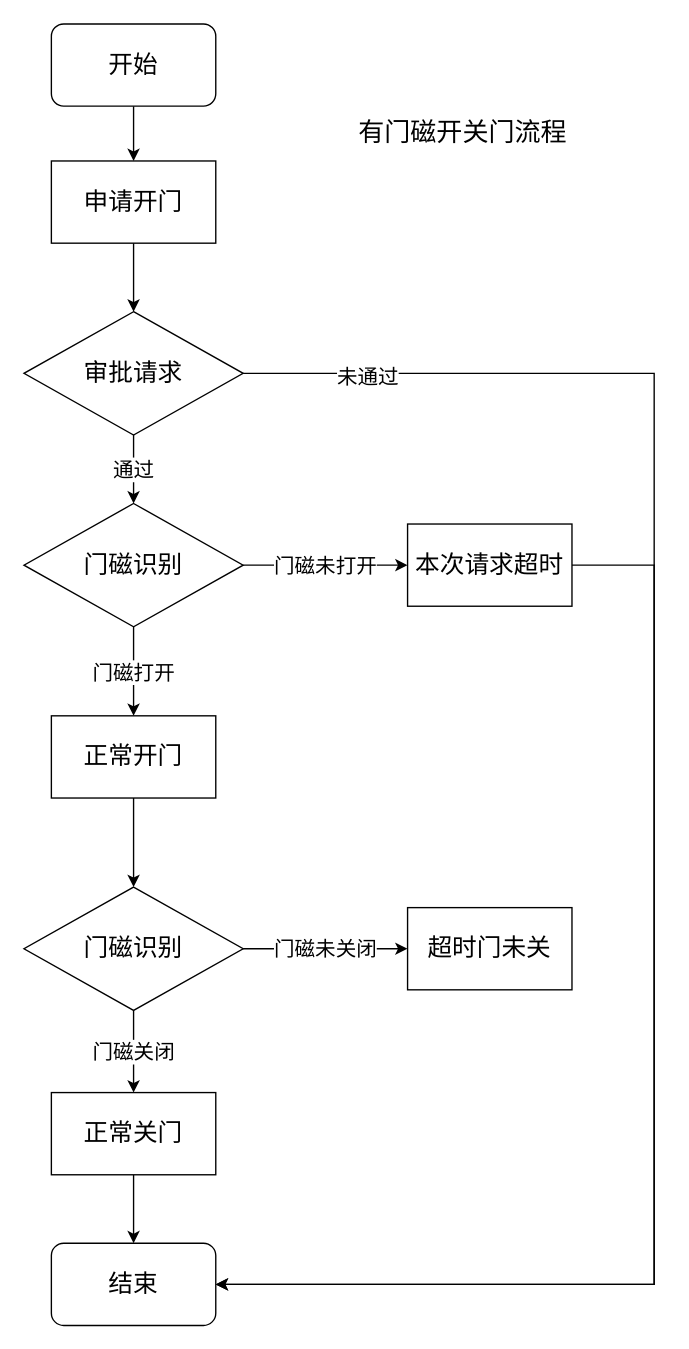
Earlier version of the draw.io diagram 开关门流程老.drawio (captain188/draw.io). Source tidied: cells renumbered, new cells numbered last; positions are measured from the earlier drawing's top-left corner, leaving out a move shared by most shapes. Both pictures are drawn from the tidied source at 137%, with x=0, y=0 at pixel (23, 23).
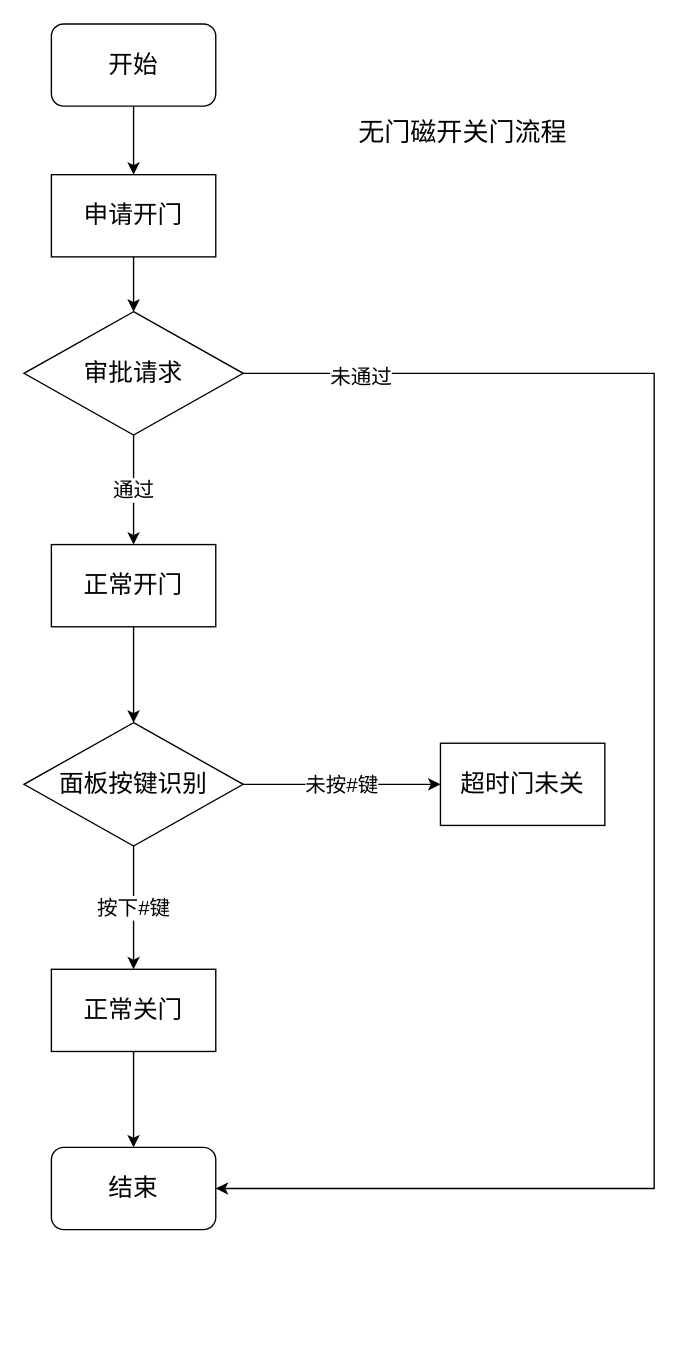
After the change.

Commit message (it also covers changes not shown here):
更新开关门流程老.drawio

Unchanged cells that the change refers to:
```xml
<mxCell id="9" value="审批请求" style="rhombus;whiteSpace=wrap;html=1;fontSize=18;" parent="1" vertex="1">
  <mxGeometry y="210" width="160" height="90" as="geometry" />
</mxCell>
```

The edit, as a diff of the source:
```diff
@@
     <mxCell id="3" value="申请开门" style="rounded=0;whiteSpace=wrap;html=1;fontSize=18;" parent="1" vertex="1">
-      <mxGeometry x="20" y="100" width="120" height="60" as="geometry" />
+      <mxGeometry x="20" y="110" width="120" height="60" as="geometry" />
     </mxCell>
@@
-    <mxCell id="6" value="&lt;font style=&quot;font-size: 15px;&quot;&gt;通过&lt;/font&gt;" style="edgeStyle=orthogonalEdgeStyle;rounded=0;jettySize=auto;html=1;" parent="1" edge="1" source="9" target="15">
+    <mxCell id="6" value="&lt;font style=&quot;font-size: 15px;&quot;&gt;通过&lt;/font&gt;" style="edgeStyle=orthogonalEdgeStyle;rounded=0;jettySize=auto;html=1;entryX=0.5;entryY=0;entryDx=0;entryDy=0;" parent="1" edge="1" source="9" target="11">
       <mxGeometry relative="1" as="geometry" />
     </mxCell>
     <mxCell id="7" style="edgeStyle=orthogonalEdgeStyle;rounded=0;jettySize=auto;html=1;entryX=1;entryY=0.5;entryDx=0;entryDy=0;" parent="1" edge="1" source="9" target="21">
       <mxGeometry relative="1" as="geometry">
         <Array as="points">
           <mxPoint x="460" y="255" />
-          <mxPoint x="460" y="920" />
+          <mxPoint x="460" y="850" />
         </Array>
       </mxGeometry>
     </mxCell>
@@
     <mxCell id="11" value="正常开门" style="rounded=0;whiteSpace=wrap;html=1;fontSize=18;" parent="1" vertex="1">
-      <mxGeometry x="20" y="505" width="120" height="60" as="geometry" />
+      <mxGeometry x="20" y="380" width="120" height="60" as="geometry" />
     </mxCell>
-    <mxCell id="12" value="门磁打开" style="edgeStyle=orthogonalEdgeStyle;rounded=0;jettySize=auto;html=1;fontSize=15;" parent="1" edge="1" source="15" target="11">
-      <mxGeometry relative="1" as="geometry" />
-    </mxCell>
-    <mxCell id="13" style="edgeStyle=orthogonalEdgeStyle;rounded=0;jettySize=auto;html=1;entryX=1;entryY=0.5;entryDx=0;entryDy=0;exitX=1;exitY=0.5;exitDx=0;exitDy=0;" parent="1" edge="1" source="23" target="21">
-      <mxGeometry relative="1" as="geometry">
-        <Array as="points">
-          <mxPoint x="460" y="395" />
-          <mxPoint x="460" y="920" />
-        </Array>
-      </mxGeometry>
-    </mxCell>
-    <mxCell id="14" value="门磁未打开" style="edgeStyle=orthogonalEdgeStyle;rounded=0;jettySize=auto;html=1;fontSize=15;" parent="1" edge="1" source="15" target="23">
-      <mxGeometry relative="1" as="geometry" />
-    </mxCell>
-    <mxCell id="15" value="门磁识别" style="rhombus;whiteSpace=wrap;html=1;fontSize=18;" parent="1" vertex="1">
-      <mxGeometry y="350" width="160" height="90" as="geometry" />
-    </mxCell>
-    <mxCell id="16" value="&lt;font style=&quot;font-size: 15px;&quot;&gt;门磁关闭&lt;/font&gt;" style="edgeStyle=orthogonalEdgeStyle;rounded=0;jettySize=auto;html=1;fontSize=15;" parent="1" edge="1" source="18" target="20">
+    <mxCell id="16" value="按下#键" style="edgeStyle=orthogonalEdgeStyle;rounded=0;jettySize=auto;html=1;fontSize=15;" parent="1" edge="1" source="18" target="20">
       <mxGeometry relative="1" as="geometry" />
     </mxCell>
-    <mxCell id="17" value="门磁未关闭" style="edgeStyle=orthogonalEdgeStyle;rounded=0;jettySize=auto;html=1;fontSize=15;" parent="1" edge="1" source="18" target="22">
+    <mxCell id="17" value="未按#键" style="edgeStyle=orthogonalEdgeStyle;rounded=0;jettySize=auto;html=1;fontSize=15;" parent="1" edge="1" source="18" target="22">
       <mxGeometry relative="1" as="geometry" />
     </mxCell>
-    <mxCell id="18" value="门磁识别" style="rhombus;whiteSpace=wrap;html=1;fontSize=18;" parent="1" vertex="1">
-      <mxGeometry y="630" width="160" height="90" as="geometry" />
+    <mxCell id="18" value="面板按键识别" style="rhombus;whiteSpace=wrap;html=1;fontSize=18;" parent="1" vertex="1">
+      <mxGeometry y="510" width="160" height="90" as="geometry" />
     </mxCell>
@@
     <mxCell id="20" value="正常关门" style="rounded=0;whiteSpace=wrap;html=1;fontSize=18;" parent="1" vertex="1">
-      <mxGeometry x="20" y="780" width="120" height="60" as="geometry" />
+      <mxGeometry x="20" y="690" width="120" height="60" as="geometry" />
     </mxCell>
     <mxCell id="21" value="结束" style="rounded=1;whiteSpace=wrap;html=1;fontSize=18;" parent="1" vertex="1">
-      <mxGeometry x="20" y="890" width="120" height="60" as="geometry" />
+      <mxGeometry x="20" y="820" width="120" height="60" as="geometry" />
     </mxCell>
     <mxCell id="22" value="超时门未关" style="rounded=0;whiteSpace=wrap;html=1;fontSize=18;" parent="1" vertex="1">
-      <mxGeometry x="280" y="645" width="120" height="60" as="geometry" />
+      <mxGeometry x="304" y="525" width="120" height="60" as="geometry" />
     </mxCell>
-    <mxCell id="23" value="本次请求超时" style="rounded=0;whiteSpace=wrap;html=1;fontSize=18;" parent="1" vertex="1">
-      <mxGeometry x="280" y="365" width="120" height="60" as="geometry" />
-    </mxCell>
-    <mxCell id="24" value="&lt;font style=&quot;font-size: 19px;&quot;&gt;有门磁开关门流程&lt;/font&gt;" style="text;html=1;align=center;verticalAlign=middle;strokeColor=none;fillColor=none;" parent="1" vertex="1">
+    <mxCell id="24" value="&lt;font style=&quot;font-size: 19px;&quot;&gt;无门磁开关门流程&lt;/font&gt;" style="text;html=1;align=center;verticalAlign=middle;strokeColor=none;fillColor=none;" parent="1" vertex="1">
       <mxGeometry x="230" y="60" width="180" height="40" as="geometry" />
     </mxCell>
```
